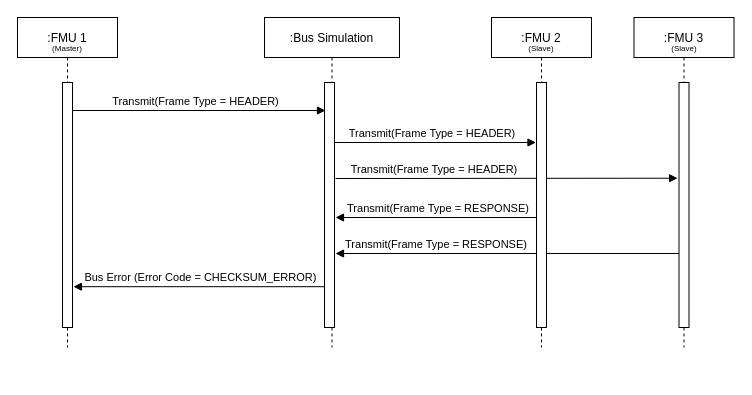
The draw.io diagram docs/images/lin_collision_with_bus_simulation_fmu.drawio in modelica/fmi-ls-bus, before the edit. Source tidied: cells renumbered, new cells numbered last; positions are measured from the earlier drawing's top-left corner, leaving out a move shared by most shapes. Both pictures are drawn from the tidied source at 100%, with x=0, y=0 at pixel (17, 17).
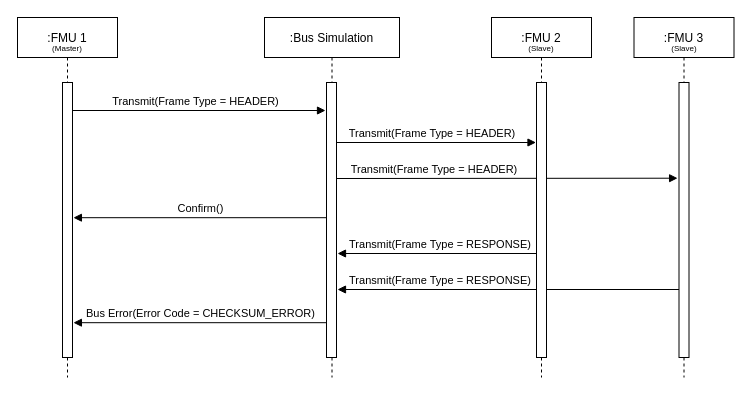
The same diagram, later.

What changed in the source:
```diff
@@
+    <mxCell id="19" value="Confirm()" style="verticalAlign=bottom;endArrow=block;shadow=0;strokeWidth=1;exitX=-0.16;exitY=0.729;exitDx=0;exitDy=0;exitPerimeter=0;" parent="1" edge="1">
+      <mxGeometry x="0.02" relative="1" as="geometry">
+        <mxPoint x="316.4" y="200.2" as="sourcePoint" />
+        <mxPoint x="55.9" y="200.2" as="targetPoint" />
+      </mxGeometry>
+    </mxCell>
-    <mxCell id="2" value="Bus Error (Error Code = CHECKSUM_ERROR)" style="verticalAlign=bottom;endArrow=block;shadow=0;strokeWidth=1;exitX=-0.16;exitY=0.729;exitDx=0;exitDy=0;exitPerimeter=0;" parent="1" edge="1">
+    <mxCell id="2" value="Bus Error(Error Code = CHECKSUM_ERROR)" style="verticalAlign=bottom;endArrow=block;shadow=0;strokeWidth=1;exitX=-0.16;exitY=0.729;exitDx=0;exitDy=0;exitPerimeter=0;" parent="1" edge="1">
       <mxGeometry x="0.02" relative="1" as="geometry">
-        <mxPoint x="316.4" y="269.2" as="sourcePoint" />
-        <mxPoint x="55.9" y="269.2" as="targetPoint" />
+        <mxPoint x="316.4" y="305.2" as="sourcePoint" />
+        <mxPoint x="55.9" y="305.2" as="targetPoint" />
       </mxGeometry>
     </mxCell>
@@
     <mxCell id="4" value=":FMU 1" style="shape=umlLifeline;perimeter=lifelinePerimeter;rounded=0;shadow=0;strokeWidth=1;" parent="1" vertex="1">
-      <mxGeometry width="100" height="330" as="geometry" />
+      <mxGeometry width="100" height="360" as="geometry" />
     </mxCell>
@@
     <mxCell id="6" style="perimeter=orthogonalPerimeter;rounded=0;shadow=0;strokeWidth=1;" parent="4" vertex="1">
-      <mxGeometry x="45" y="65" width="10" height="245" as="geometry" />
+      <mxGeometry x="45" y="65" width="10" height="275" as="geometry" />
     </mxCell>
     <mxCell id="7" value=":Bus Simulation" style="shape=umlLifeline;perimeter=lifelinePerimeter;rounded=0;shadow=0;strokeWidth=1;" parent="1" vertex="1">
-      <mxGeometry x="247" width="135" height="330" as="geometry" />
+      <mxGeometry x="247" width="135" height="360" as="geometry" />
     </mxCell>
@@
-    <mxCell id="10" style="perimeter=orthogonalPerimeter;rounded=0;shadow=0;strokeWidth=1;" parent="7" vertex="1">
-      <mxGeometry x="60" y="65" width="10" height="245" as="geometry" />
-    </mxCell>
     <mxCell id="11" value="Transmit(Frame Type = RESPONSE)" style="verticalAlign=bottom;endArrow=none;shadow=0;strokeWidth=1;startArrow=block;startFill=1;endFill=0;" parent="7" edge="1">
       <mxGeometry relative="1" as="geometry">
-        <mxPoint x="71" y="200" as="sourcePoint" />
-        <mxPoint x="277.5" y="200" as="targetPoint" />
+        <mxPoint x="73" y="236" as="sourcePoint" />
+        <mxPoint x="279.5" y="236" as="targetPoint" />
       </mxGeometry>
     </mxCell>
-    <mxCell id="12" value="Transmit(Frame Type = RESPONSE)" style="verticalAlign=bottom;endArrow=none;shadow=0;strokeWidth=1;startArrow=block;startFill=1;endFill=0;" parent="7" edge="1" target="16">
-      <mxGeometry x="-0.42" relative="1" as="geometry">
-        <mxPoint x="71" y="236" as="sourcePoint" />
+    <mxCell id="12" value="Transmit(Frame Type = RESPONSE)" style="verticalAlign=bottom;endArrow=none;shadow=0;strokeWidth=1;startArrow=block;startFill=1;endFill=0;spacingLeft=12;" parent="7" edge="1">
+      <mxGeometry x="-0.44" relative="1" as="geometry">
+        <mxPoint x="73" y="272" as="sourcePoint" />
+        <mxPoint x="421" y="272" as="targetPoint" />
       </mxGeometry>
     </mxCell>
+    <mxCell id="10" style="perimeter=orthogonalPerimeter;rounded=0;shadow=0;strokeWidth=1;" parent="7" vertex="1">
+      <mxGeometry x="62" y="65" width="10" height="275" as="geometry" />
+    </mxCell>
     <mxCell id="13" value=":FMU 2" style="shape=umlLifeline;perimeter=lifelinePerimeter;rounded=0;shadow=0;strokeWidth=1;" parent="1" vertex="1">
-      <mxGeometry x="474" width="100" height="330" as="geometry" />
+      <mxGeometry x="474" width="100" height="360" as="geometry" />
     </mxCell>
     <mxCell id="14" style="perimeter=orthogonalPerimeter;rounded=0;shadow=0;strokeWidth=1;" parent="13" vertex="1">
-      <mxGeometry x="45" y="65" width="10" height="245" as="geometry" />
+      <mxGeometry x="45" y="65" width="10" height="275" as="geometry" />
     </mxCell>
@@
     <mxCell id="16" value=":FMU 3" style="shape=umlLifeline;perimeter=lifelinePerimeter;rounded=0;shadow=0;strokeWidth=1;" parent="1" vertex="1">
-      <mxGeometry x="616.5" width="100" height="330" as="geometry" />
+      <mxGeometry x="616.5" width="100" height="360" as="geometry" />
     </mxCell>
     <mxCell id="17" style="perimeter=orthogonalPerimeter;rounded=0;shadow=0;strokeWidth=1;" parent="16" vertex="1">
-      <mxGeometry x="45" y="65" width="10" height="245" as="geometry" />
+      <mxGeometry x="45" y="65" width="10" height="275" as="geometry" />
     </mxCell>
```
